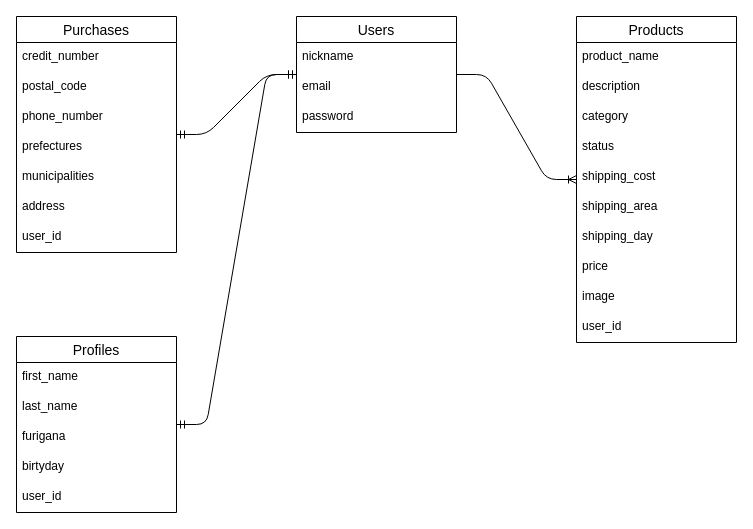
junya-kume/furima-34480 keeps this draw.io diagram as ER.dio. Above is the earlier version. Source tidied: cells renumbered, new cells numbered last; positions are measured from the earlier drawing's top-left corner, leaving out a move shared by most shapes. Both pictures are drawn from the tidied source at 100%, with x=0, y=0 at pixel (16, 16).
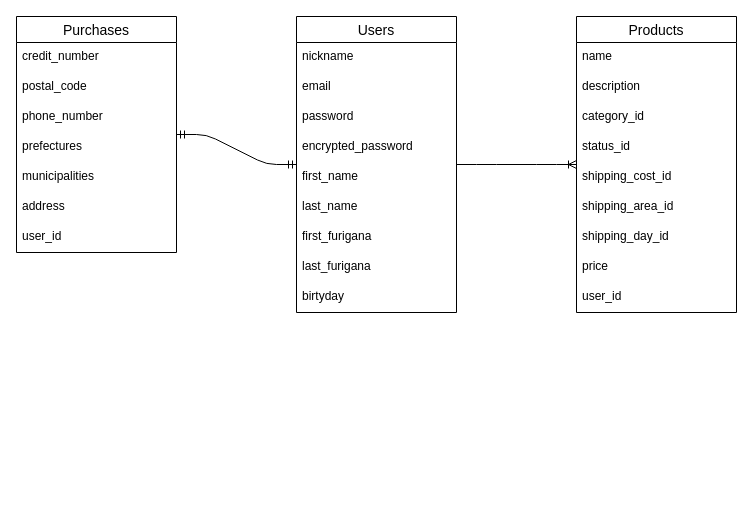
The same page after the edit.

Commit message (it also covers changes not shown here):
ER図、READMEの修正

Diff of the diagram source:
```diff
@@
     <mxCell id="2" value="Users" style="swimlane;fontStyle=0;horizontal=1;startSize=26;align=center;fontSize=14;" parent="1" vertex="1">
-      <mxGeometry x="280" width="160" height="116" as="geometry" />
+      <mxGeometry x="280" width="160" height="296" as="geometry" />
     </mxCell>
@@
+    <mxCell id="34" value="encrypted_password" style="text;strokeColor=none;fillColor=none;spacingLeft=4;spacingRight=4;overflow=hidden;fontSize=12;" parent="2" vertex="1">
+      <mxGeometry y="116" width="160" height="30" as="geometry" />
+    </mxCell>
+    <mxCell id="28" value="first_name" style="text;strokeColor=none;fillColor=none;spacingLeft=4;spacingRight=4;overflow=hidden;fontSize=12;" parent="2" vertex="1">
+      <mxGeometry y="146" width="160" height="30" as="geometry" />
+    </mxCell>
+    <mxCell id="29" value="last_name" style="text;strokeColor=none;fillColor=none;spacingLeft=4;spacingRight=4;overflow=hidden;fontSize=12;" parent="2" vertex="1">
+      <mxGeometry y="176" width="160" height="30" as="geometry" />
+    </mxCell>
+    <mxCell id="30" value="first_furigana" style="text;strokeColor=none;fillColor=none;spacingLeft=4;spacingRight=4;overflow=hidden;fontSize=12;" parent="2" vertex="1">
+      <mxGeometry y="206" width="160" height="30" as="geometry" />
+    </mxCell>
+    <mxCell id="32" value="last_furigana" style="text;strokeColor=none;fillColor=none;spacingLeft=4;spacingRight=4;overflow=hidden;fontSize=12;" parent="2" vertex="1">
+      <mxGeometry y="236" width="160" height="30" as="geometry" />
+    </mxCell>
+    <mxCell id="31" value="birtyday" style="text;strokeColor=none;fillColor=none;spacingLeft=4;spacingRight=4;overflow=hidden;fontSize=12;" parent="2" vertex="1">
+      <mxGeometry y="266" width="160" height="30" as="geometry" />
+    </mxCell>
     <mxCell id="6" value="Products" style="swimlane;fontStyle=0;horizontal=1;startSize=26;align=center;fontSize=14;" parent="1" vertex="1">
-      <mxGeometry x="560" width="160" height="326" as="geometry" />
+      <mxGeometry x="560" width="160" height="296" as="geometry" />
     </mxCell>
-    <mxCell id="7" value="product_name" style="text;strokeColor=none;fillColor=none;spacingLeft=4;spacingRight=4;overflow=hidden;fontSize=12;" parent="6" vertex="1">
+    <mxCell id="7" value="name" style="text;strokeColor=none;fillColor=none;spacingLeft=4;spacingRight=4;overflow=hidden;fontSize=12;" parent="6" vertex="1">
       <mxGeometry y="26" width="160" height="30" as="geometry" />
     </mxCell>
@@
-    <mxCell id="9" value="category" style="text;strokeColor=none;fillColor=none;spacingLeft=4;spacingRight=4;overflow=hidden;fontSize=12;" parent="6" vertex="1">
+    <mxCell id="9" value="category_id" style="text;strokeColor=none;fillColor=none;spacingLeft=4;spacingRight=4;overflow=hidden;fontSize=12;" parent="6" vertex="1">
       <mxGeometry y="86" width="160" height="30" as="geometry" />
     </mxCell>
-    <mxCell id="10" value="status" style="text;strokeColor=none;fillColor=none;spacingLeft=4;spacingRight=4;overflow=hidden;fontSize=12;" parent="6" vertex="1">
+    <mxCell id="10" value="status_id" style="text;strokeColor=none;fillColor=none;spacingLeft=4;spacingRight=4;overflow=hidden;fontSize=12;" parent="6" vertex="1">
       <mxGeometry y="116" width="160" height="30" as="geometry" />
     </mxCell>
-    <mxCell id="11" value="shipping_cost" style="text;strokeColor=none;fillColor=none;spacingLeft=4;spacingRight=4;overflow=hidden;fontSize=12;" parent="6" vertex="1">
+    <mxCell id="11" value="shipping_cost_id" style="text;strokeColor=none;fillColor=none;spacingLeft=4;spacingRight=4;overflow=hidden;fontSize=12;" parent="6" vertex="1">
       <mxGeometry y="146" width="160" height="30" as="geometry" />
     </mxCell>
-    <mxCell id="12" value="shipping_area" style="text;strokeColor=none;fillColor=none;spacingLeft=4;spacingRight=4;overflow=hidden;fontSize=12;" parent="6" vertex="1">
+    <mxCell id="12" value="shipping_area_id" style="text;strokeColor=none;fillColor=none;spacingLeft=4;spacingRight=4;overflow=hidden;fontSize=12;" parent="6" vertex="1">
       <mxGeometry y="176" width="160" height="30" as="geometry" />
     </mxCell>
-    <mxCell id="13" value="shipping_day" style="text;strokeColor=none;fillColor=none;spacingLeft=4;spacingRight=4;overflow=hidden;fontSize=12;" parent="6" vertex="1">
+    <mxCell id="13" value="shipping_day_id" style="text;strokeColor=none;fillColor=none;spacingLeft=4;spacingRight=4;overflow=hidden;fontSize=12;" parent="6" vertex="1">
       <mxGeometry y="206" width="160" height="30" as="geometry" />
     </mxCell>
@@
-    <mxCell id="15" value="image" style="text;strokeColor=none;fillColor=none;spacingLeft=4;spacingRight=4;overflow=hidden;fontSize=12;" parent="6" vertex="1">
-      <mxGeometry y="266" width="160" height="30" as="geometry" />
-    </mxCell>
     <mxCell id="16" value="user_id" style="text;strokeColor=none;fillColor=none;spacingLeft=4;spacingRight=4;overflow=hidden;fontSize=12;" parent="6" vertex="1">
-      <mxGeometry y="296" width="160" height="30" as="geometry" />
+      <mxGeometry y="266" width="160" height="30" as="geometry" />
     </mxCell>
@@
-    <mxCell id="27" value="Profiles" style="swimlane;fontStyle=0;horizontal=1;startSize=26;align=center;fontSize=14;" parent="1" vertex="1">
-      <mxGeometry y="320" width="160" height="176" as="geometry" />
-    </mxCell>
-    <mxCell id="28" value="first_name" style="text;strokeColor=none;fillColor=none;spacingLeft=4;spacingRight=4;overflow=hidden;fontSize=12;" parent="27" vertex="1">
-      <mxGeometry y="26" width="160" height="30" as="geometry" />
-    </mxCell>
-    <mxCell id="29" value="last_name" style="text;strokeColor=none;fillColor=none;spacingLeft=4;spacingRight=4;overflow=hidden;fontSize=12;" parent="27" vertex="1">
-      <mxGeometry y="56" width="160" height="30" as="geometry" />
-    </mxCell>
-    <mxCell id="30" value="furigana" style="text;strokeColor=none;fillColor=none;spacingLeft=4;spacingRight=4;overflow=hidden;fontSize=12;" parent="27" vertex="1">
-      <mxGeometry y="86" width="160" height="30" as="geometry" />
-    </mxCell>
-    <mxCell id="31" value="birtyday" style="text;strokeColor=none;fillColor=none;spacingLeft=4;spacingRight=4;overflow=hidden;fontSize=12;" parent="27" vertex="1">
-      <mxGeometry y="116" width="160" height="30" as="geometry" />
-    </mxCell>
-    <mxCell id="32" value="user_id" style="text;strokeColor=none;fillColor=none;spacingLeft=4;spacingRight=4;overflow=hidden;fontSize=12;" parent="27" vertex="1">
-      <mxGeometry y="146" width="160" height="30" as="geometry" />
-    </mxCell>
-    <mxCell id="33" style="edgeStyle=entityRelationEdgeStyle;fontSize=12;html=1;endArrow=ERmandOne;startArrow=ERmandOne;" parent="1" edge="1" source="2" target="27">
-      <mxGeometry relative="1" as="geometry" />
-    </mxCell>
```
